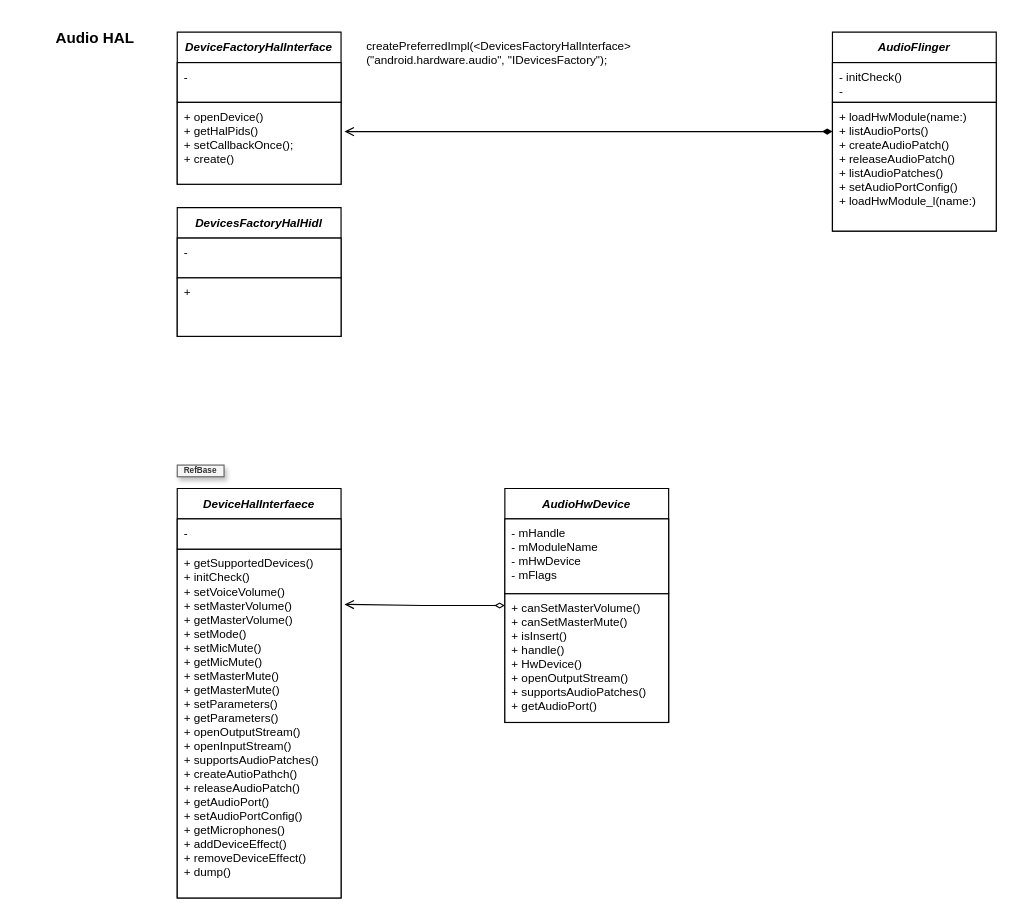
The draw.io diagram page "Audio_HAL" (5 of 5) of drawio/ALSA.drawio in lchy0113/rk_develop, before the edit. Source tidied: cells renumbered, new cells numbered last; positions are measured from the earlier drawing's top-left corner, leaving out a move shared by most shapes. Both pictures are drawn from the tidied source at 117%, with x=0, y=0 at pixel (36, 20).
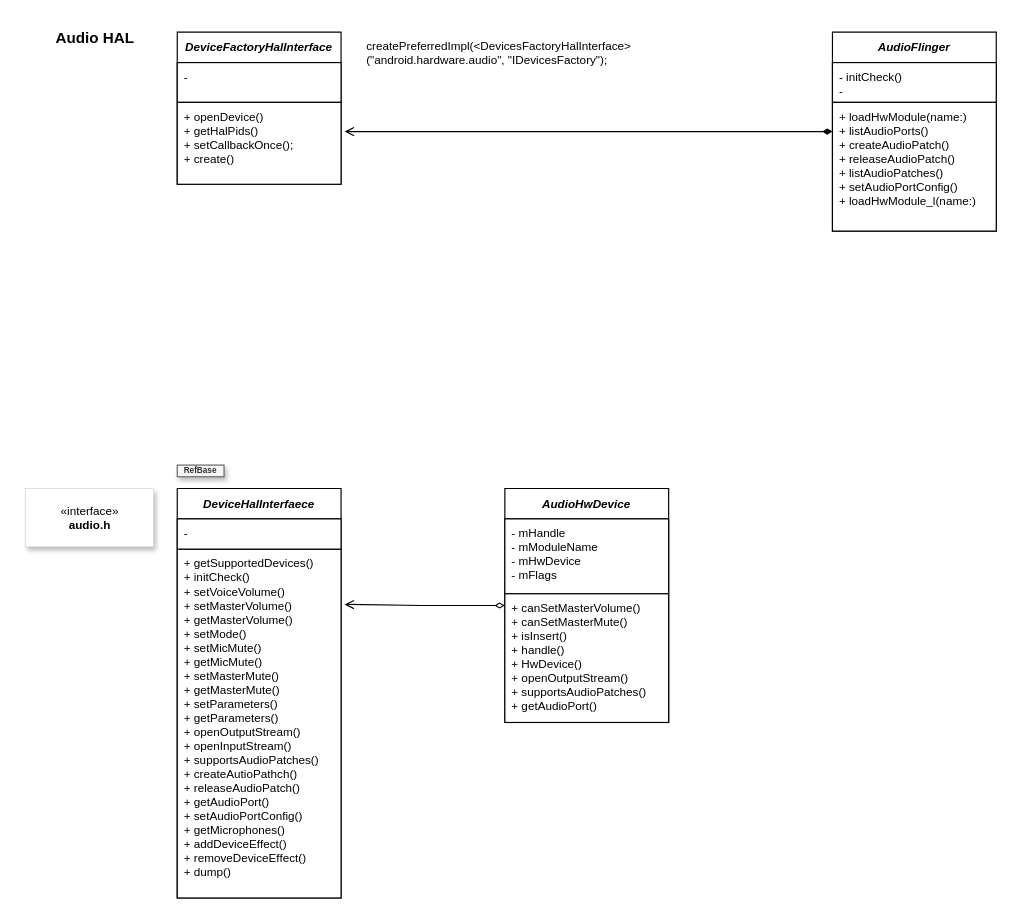
The same diagram, later.

What changed in the source:
```diff
@@
-    <mxCell id="19" value="DevicesFactoryHalHidl" style="swimlane;fontStyle=3;horizontal=1;startSize=26;fillColor=default;fontSize=10;shadow=0;glass=0;" parent="1" vertex="1">
-      <mxGeometry x="120" y="160" width="140" height="110" as="geometry" />
-    </mxCell>
-    <mxCell id="20" value="-" style="text;strokeColor=default;fillColor=default;align=left;verticalAlign=top;spacingLeft=4;spacingRight=4;overflow=hidden;shadow=0;glass=0;fontSize=10;" parent="19" vertex="1">
-      <mxGeometry y="26" width="140" height="34" as="geometry" />
-    </mxCell>
-    <mxCell id="21" value="+" style="text;strokeColor=default;fillColor=default;align=left;verticalAlign=top;spacingLeft=4;spacingRight=4;overflow=hidden;shadow=0;glass=0;fontSize=10;" parent="19" vertex="1">
-      <mxGeometry y="60" width="140" height="50" as="geometry" />
-    </mxCell>
+    <mxCell id="22" value="«interface»&lt;br&gt;&lt;b&gt;audio.h&lt;/b&gt;" style="html=1;shadow=1;glass=0;strokeColor=default;strokeWidth=0;fontSize=10;fillColor=default;" parent="1" vertex="1">
+      <mxGeometry x="-10" y="400" width="110" height="50" as="geometry" />
+    </mxCell>
```
